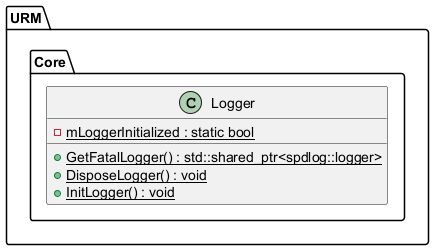
Above: Latex/images/UML/logging.png in MinikPLayer/MasterThesis_UniversalRenderingModule_D3D11 (PlantUML), before the change.
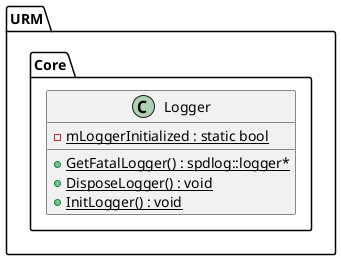
Above is the later version.

What changed in the source:
```diff
@@ -10,7 +10,7 @@
 	namespace Core {
 		class Logger {
 			-{static} mLoggerInitialized : static bool
-			+{static} GetFatalLogger() : std::shared_ptr<spdlog::logger>
+			+{static} GetFatalLogger() : spdlog::logger*
 			+{static} DisposeLogger() : void
 			+{static} InitLogger() : void
 		}
```
